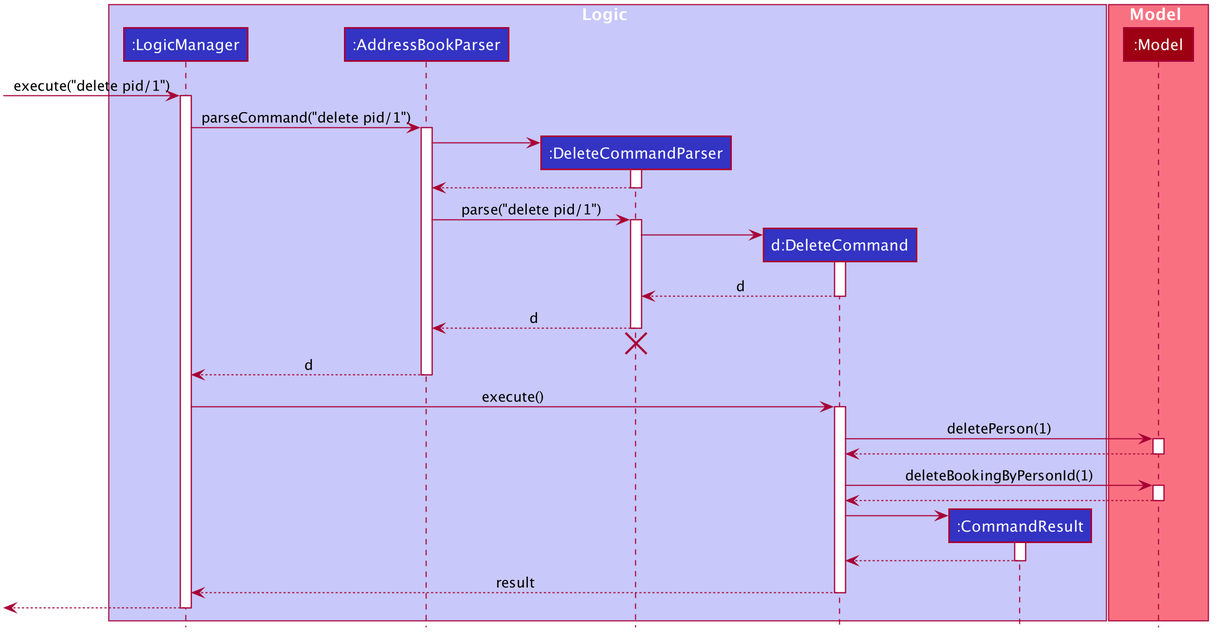
The PlantUML diagram docs/images/DeleteSequenceDiagram.png in zeling595/tp, before a commit. Its diagram source:
```plantuml
@startuml








skinparam BackgroundColor #FFFFFFF

skinparam Shadowing false

skinparam Class {
    FontColor #FFFFFF
    BorderThickness 1
    BorderColor #FFFFFF
    StereotypeFontColor #FFFFFF
    FontName Arial
}

skinparam Actor {
    BorderColor #000000
    Color #000000
    FontName Arial
}

skinparam Sequence {
    MessageAlign center
    BoxFontSize 15
    BoxPadding 0
    BoxFontColor #FFFFFF
    FontName Arial
}

skinparam Participant {
    FontColor #FFFFFFF
    Padding 20
}

skinparam MinClassWidth 50
skinparam ParticipantPadding 10
skinparam Shadowing false
skinparam DefaultTextAlignment center
skinparam packageStyle Rectangle

hide footbox
hide members
hide circle

box Logic #C8C8FA
participant ":LogicManager" as LogicManager #3333C4
participant ":AddressBookParser" as AddressBookParser #3333C4
participant ":DeleteCommandParser" as DeleteCommandParser #3333C4
participant "d:DeleteCommand" as DeleteCommand #3333C4
participant ":CommandResult" as CommandResult #3333C4
end box

box Model #F97181
participant ":Model" as Model #9D0012
end box

[-> LogicManager : execute("delete pid/1")
activate LogicManager

LogicManager -> AddressBookParser : parseCommand("delete pid/1")
activate AddressBookParser

create DeleteCommandParser
AddressBookParser -> DeleteCommandParser
activate DeleteCommandParser

DeleteCommandParser --> AddressBookParser
deactivate DeleteCommandParser

AddressBookParser -> DeleteCommandParser : parse("delete pid/1")
activate DeleteCommandParser

create DeleteCommand
DeleteCommandParser -> DeleteCommand
activate DeleteCommand

DeleteCommand --> DeleteCommandParser : d
deactivate DeleteCommand

DeleteCommandParser --> AddressBookParser : d
deactivate DeleteCommandParser
DeleteCommandParser -[hidden]-> AddressBookParser
destroy DeleteCommandParser

AddressBookParser --> LogicManager : d
deactivate AddressBookParser

LogicManager -> DeleteCommand : execute()
activate DeleteCommand

DeleteCommand -> Model : deletePerson(1)
activate Model

Model --> DeleteCommand
deactivate Model

DeleteCommand -> Model : deleteBookingByPersonId(1)
activate Model

Model --> DeleteCommand
deactivate Model

create CommandResult
DeleteCommand -> CommandResult
activate CommandResult

CommandResult --> DeleteCommand
deactivate CommandResult

DeleteCommand --> LogicManager : result
deactivate DeleteCommand

[<--LogicManager
deactivate LogicManager
@enduml
```
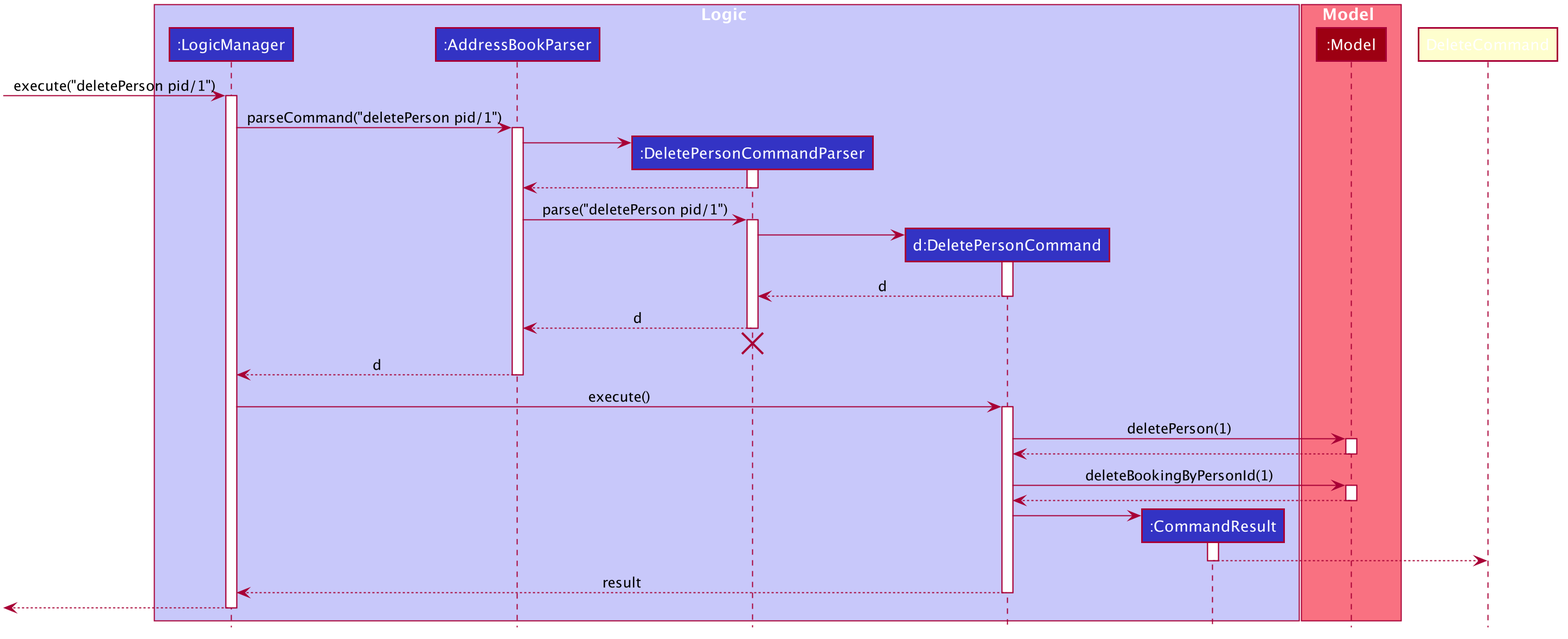
Later version of the same file.

Change to the diagram source:
```diff
@@ -51,8 +51,8 @@
 box Logic #C8C8FA
 participant ":LogicManager" as LogicManager #3333C4
 participant ":AddressBookParser" as AddressBookParser #3333C4
-participant ":DeleteCommandParser" as DeleteCommandParser #3333C4
-participant "d:DeleteCommand" as DeleteCommand #3333C4
+participant ":DeletePersonCommandParser" as DeletePersonCommandParser #3333C4
+participant "d:DeletePersonCommand" as DeletePersonCommand #3333C4
 participant ":CommandResult" as CommandResult #3333C4
 end box
 
@@ -60,61 +60,61 @@
 participant ":Model" as Model #9D0012
 end box
 
-[-> LogicManager : execute("delete pid/1")
+[-> LogicManager : execute("deletePerson pid/1")
 activate LogicManager
 
-LogicManager -> AddressBookParser : parseCommand("delete pid/1")
+LogicManager -> AddressBookParser : parseCommand("deletePerson pid/1")
 activate AddressBookParser
 
-create DeleteCommandParser
-AddressBookParser -> DeleteCommandParser
-activate DeleteCommandParser
+create DeletePersonCommandParser
+AddressBookParser -> DeletePersonCommandParser
+activate DeletePersonCommandParser
 
-DeleteCommandParser --> AddressBookParser
-deactivate DeleteCommandParser
+DeletePersonCommandParser --> AddressBookParser
+deactivate DeletePersonCommandParser
 
-AddressBookParser -> DeleteCommandParser : parse("delete pid/1")
-activate DeleteCommandParser
+AddressBookParser -> DeletePersonCommandParser : parse("deletePerson pid/1")
+activate DeletePersonCommandParser
 
-create DeleteCommand
-DeleteCommandParser -> DeleteCommand
-activate DeleteCommand
+create DeletePersonCommand
+DeletePersonCommandParser -> DeletePersonCommand
+activate DeletePersonCommand
 
-DeleteCommand --> DeleteCommandParser : d
-deactivate DeleteCommand
+DeletePersonCommand --> DeletePersonCommandParser : d
+deactivate DeletePersonCommand
 
-DeleteCommandParser --> AddressBookParser : d
-deactivate DeleteCommandParser
-DeleteCommandParser -[hidden]-> AddressBookParser
-destroy DeleteCommandParser
+DeletePersonCommandParser --> AddressBookParser : d
+deactivate DeletePersonCommandParser
+DeletePersonCommandParser -[hidden]-> AddressBookParser
+destroy DeletePersonCommandParser
 
 AddressBookParser --> LogicManager : d
 deactivate AddressBookParser
 
-LogicManager -> DeleteCommand : execute()
-activate DeleteCommand
+LogicManager -> DeletePersonCommand : execute()
+activate DeletePersonCommand
 
-DeleteCommand -> Model : deletePerson(1)
+DeletePersonCommand -> Model : deletePerson(1)
 activate Model
 
-Model --> DeleteCommand
+Model --> DeletePersonCommand
 deactivate Model
 
-DeleteCommand -> Model : deleteBookingByPersonId(1)
+DeletePersonCommand -> Model : deleteBookingByPersonId(1)
 activate Model
 
-Model --> DeleteCommand
+Model --> DeletePersonCommand
 deactivate Model
 
 create CommandResult
-DeleteCommand -> CommandResult
+DeletePersonCommand -> CommandResult
 activate CommandResult
 
 CommandResult --> DeleteCommand
 deactivate CommandResult
 
-DeleteCommand --> LogicManager : result
-deactivate DeleteCommand
+DeletePersonCommand --> LogicManager : result
+deactivate DeletePersonCommand
 
 [<--LogicManager
 deactivate LogicManager
```
